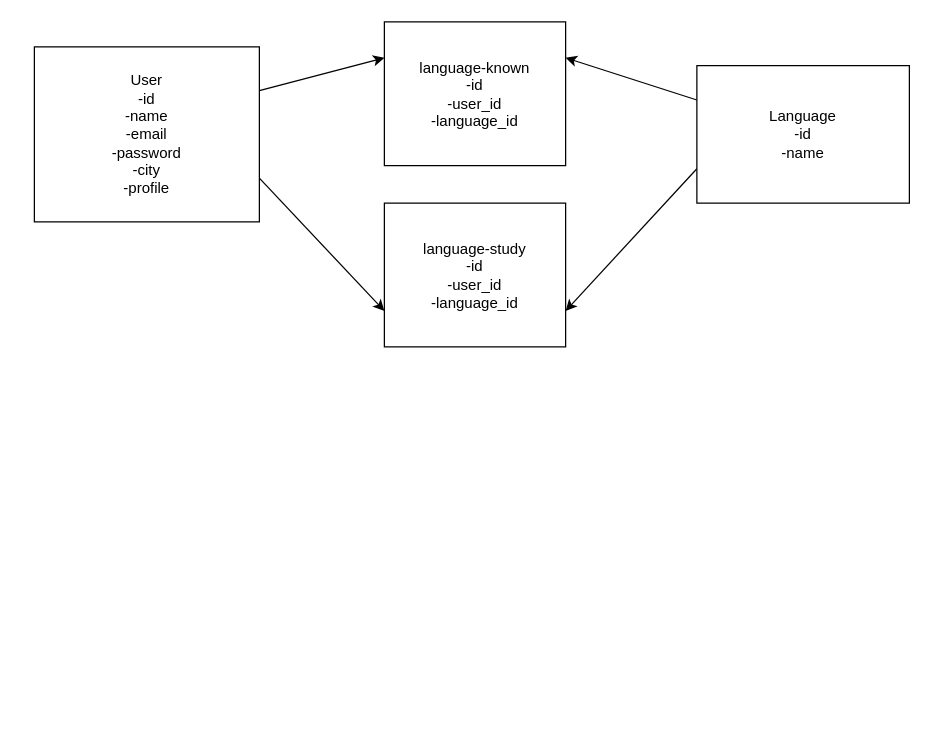
MarikoJanes/language-exchange-app keeps this draw.io diagram as structures.dio. Above is the earlier version. Source tidied: cells renumbered, new cells numbered last; positions are measured from the earlier drawing's top-left corner, leaving out a move shared by most shapes. Both pictures are drawn from the tidied source at 125%, with x=0, y=0 at pixel (34, 21).
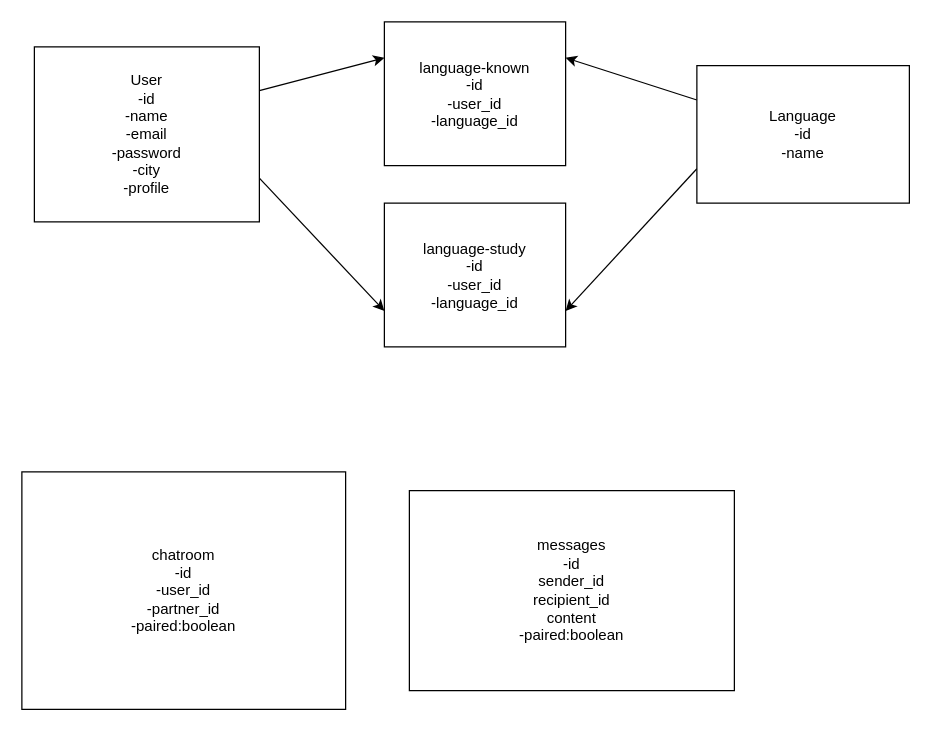
Above is the later version.

Diff of the diagram source:
```diff
@@
 <mxGraphModel>
   <root>
     <mxCell id="0" />
     <mxCell id="1" parent="0" />
     <mxCell id="2" style="edgeStyle=none;html=1;exitX=1;exitY=0.25;exitDx=0;exitDy=0;entryX=0;entryY=0.25;entryDx=0;entryDy=0;" parent="1" edge="1" source="4" target="8">
       <mxGeometry relative="1" as="geometry" />
     </mxCell>
     <mxCell id="3" style="edgeStyle=none;html=1;exitX=1;exitY=0.75;exitDx=0;exitDy=0;entryX=0;entryY=0.75;entryDx=0;entryDy=0;" parent="1" edge="1" source="4" target="9">
       <mxGeometry relative="1" as="geometry" />
     </mxCell>
     <mxCell id="4" value="User&lt;br&gt;-id&lt;br&gt;-name&lt;br&gt;-email&lt;br&gt;-password&lt;br&gt;-city&lt;br&gt;-profile" style="whiteSpace=wrap;html=1;" parent="1" vertex="1">
       <mxGeometry y="20" width="180" height="140" as="geometry" />
     </mxCell>
     <mxCell id="5" style="edgeStyle=none;html=1;exitX=0;exitY=0.25;exitDx=0;exitDy=0;entryX=1;entryY=0.25;entryDx=0;entryDy=0;" parent="1" edge="1" source="7" target="8">
       <mxGeometry relative="1" as="geometry" />
     </mxCell>
     <mxCell id="6" style="edgeStyle=none;html=1;exitX=0;exitY=0.75;exitDx=0;exitDy=0;entryX=1;entryY=0.75;entryDx=0;entryDy=0;" parent="1" edge="1" source="7" target="9">
       <mxGeometry relative="1" as="geometry" />
     </mxCell>
     <mxCell id="7" value="Language&lt;br&gt;-id&lt;br&gt;-name" style="whiteSpace=wrap;html=1;" parent="1" vertex="1">
       <mxGeometry x="530" y="35" width="170" height="110" as="geometry" />
     </mxCell>
     <mxCell id="8" value="language-known&lt;br&gt;-id&lt;br&gt;-user_id&lt;br&gt;-language_id" style="whiteSpace=wrap;html=1;" parent="1" vertex="1">
       <mxGeometry x="280" width="145" height="115" as="geometry" />
     </mxCell>
     <mxCell id="9" value="language-study&lt;br&gt;-id&lt;br&gt;-user_id&lt;br&gt;-language_id" style="whiteSpace=wrap;html=1;" parent="1" vertex="1">
       <mxGeometry x="280" y="145" width="145" height="115" as="geometry" />
     </mxCell>
+    <mxCell id="10" value="chatroom&lt;br&gt;-id&lt;br&gt;-user_id&lt;br&gt;-partner_id&lt;br&gt;-paired:boolean" style="whiteSpace=wrap;html=1;" parent="1" vertex="1">
+      <mxGeometry x="-10" y="360" width="259" height="190" as="geometry" />
+    </mxCell>
+    <mxCell id="11" value="messages&lt;br&gt;-id&lt;br&gt;sender_id&lt;br&gt;recipient_id&lt;br&gt;content&lt;br&gt;-paired:boolean" style="whiteSpace=wrap;html=1;" parent="1" vertex="1">
+      <mxGeometry x="300" y="375" width="260" height="160" as="geometry" />
+    </mxCell>
   </root>
 </mxGraphModel>
```
